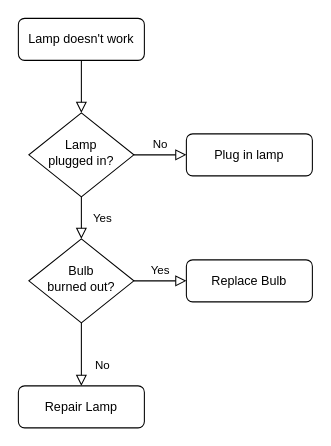
Before: 제목 없는 다이어그램.drawio in wonmin9211/flowchart, a draw.io diagram. Source tidied: cells renumbered, new cells numbered last; positions are measured from the earlier drawing's top-left corner, leaving out a move shared by most shapes. Both pictures are drawn from the tidied source at 105%, with x=0, y=0 at pixel (18, 18).
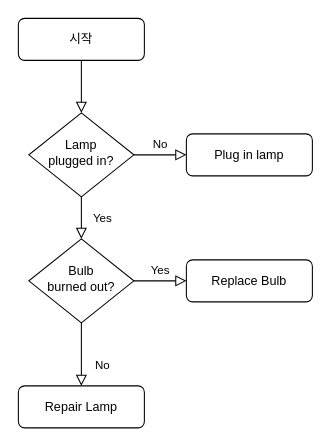
Above is the later version.

Commit message:
제목 없는 다이어그램.drawio 업데이트

Change to the diagram source:
```diff
@@
 <mxGraphModel>
   <root>
     <mxCell id="0" />
     <mxCell id="1" parent="0" />
     <mxCell id="2" style="rounded=0;html=1;jettySize=auto;fontSize=11;endArrow=block;endFill=0;endSize=8;strokeWidth=1;shadow=0;labelBackgroundColor=none;edgeStyle=orthogonalEdgeStyle;" parent="1" edge="1" source="3" target="6">
       <mxGeometry relative="1" as="geometry" />
     </mxCell>
-    <mxCell id="3" value="Lamp doesn't work" style="rounded=1;whiteSpace=wrap;html=1;fontSize=12;glass=0;strokeWidth=1;shadow=0;" parent="1" vertex="1">
+    <mxCell id="3" value="시작" style="rounded=1;whiteSpace=wrap;html=1;fontSize=12;glass=0;strokeWidth=1;shadow=0;" parent="1" vertex="1">
       <mxGeometry width="120" height="40" as="geometry" />
     </mxCell>
     <mxCell id="4" value="Yes" style="rounded=0;html=1;jettySize=auto;fontSize=11;endArrow=block;endFill=0;endSize=8;strokeWidth=1;shadow=0;labelBackgroundColor=none;edgeStyle=orthogonalEdgeStyle;" parent="1" edge="1" source="6" target="10">
       <mxGeometry y="20" relative="1" as="geometry" />
     </mxCell>
     <mxCell id="5" value="No" style="edgeStyle=orthogonalEdgeStyle;rounded=0;html=1;jettySize=auto;fontSize=11;endArrow=block;endFill=0;endSize=8;strokeWidth=1;shadow=0;labelBackgroundColor=none;" parent="1" edge="1" source="6" target="7">
       <mxGeometry y="10" relative="1" as="geometry" />
     </mxCell>
     <mxCell id="6" value="Lamp&lt;br&gt;plugged in?" style="rhombus;whiteSpace=wrap;html=1;shadow=0;fontFamily=Helvetica;fontSize=12;align=center;strokeWidth=1;spacing=6;spacingTop=-4;" parent="1" vertex="1">
       <mxGeometry x="10" y="90" width="100" height="80" as="geometry" />
     </mxCell>
     <mxCell id="7" value="Plug in lamp" style="rounded=1;whiteSpace=wrap;html=1;fontSize=12;glass=0;strokeWidth=1;shadow=0;" parent="1" vertex="1">
       <mxGeometry x="160" y="110" width="120" height="40" as="geometry" />
     </mxCell>
     <mxCell id="8" value="No" style="rounded=0;html=1;jettySize=auto;fontSize=11;endArrow=block;endFill=0;endSize=8;strokeWidth=1;shadow=0;labelBackgroundColor=none;edgeStyle=orthogonalEdgeStyle;" parent="1" edge="1" source="10" target="11">
       <mxGeometry x="0.33" y="20" relative="1" as="geometry" />
     </mxCell>
     <mxCell id="9" value="Yes" style="edgeStyle=orthogonalEdgeStyle;rounded=0;html=1;jettySize=auto;fontSize=11;endArrow=block;endFill=0;endSize=8;strokeWidth=1;shadow=0;labelBackgroundColor=none;" parent="1" edge="1" source="10" target="12">
       <mxGeometry y="10" relative="1" as="geometry" />
     </mxCell>
     <mxCell id="10" value="Bulb&lt;br&gt;burned out?" style="rhombus;whiteSpace=wrap;html=1;shadow=0;fontFamily=Helvetica;fontSize=12;align=center;strokeWidth=1;spacing=6;spacingTop=-4;" parent="1" vertex="1">
       <mxGeometry x="10" y="210" width="100" height="80" as="geometry" />
     </mxCell>
     <mxCell id="11" value="Repair Lamp" style="rounded=1;whiteSpace=wrap;html=1;fontSize=12;glass=0;strokeWidth=1;shadow=0;" parent="1" vertex="1">
       <mxGeometry y="350" width="120" height="40" as="geometry" />
     </mxCell>
     <mxCell id="12" value="Replace Bulb" style="rounded=1;whiteSpace=wrap;html=1;fontSize=12;glass=0;strokeWidth=1;shadow=0;" parent="1" vertex="1">
       <mxGeometry x="160" y="230" width="120" height="40" as="geometry" />
     </mxCell>
   </root>
 </mxGraphModel>
```
